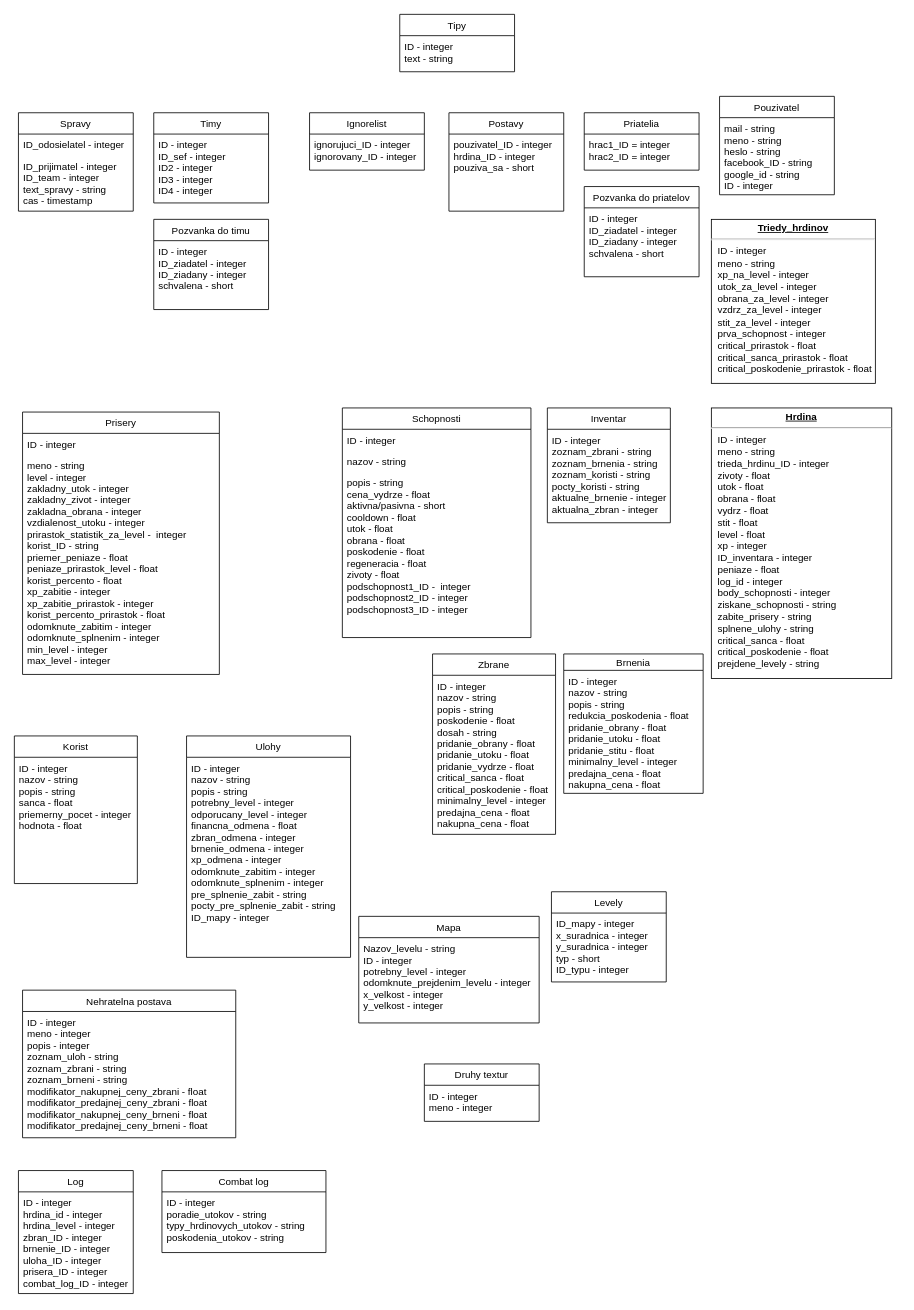
matejpirschel/DBS_zadanie_4 keeps this draw.io diagram as Zadanie4.drawio. Above is the earlier version. Source tidied: cells renumbered, new cells numbered last; positions are measured from the earlier drawing's top-left corner, leaving out a move shared by most shapes. Both pictures are drawn from the tidied source at 82%, with x=0, y=0 at pixel (14, 14).
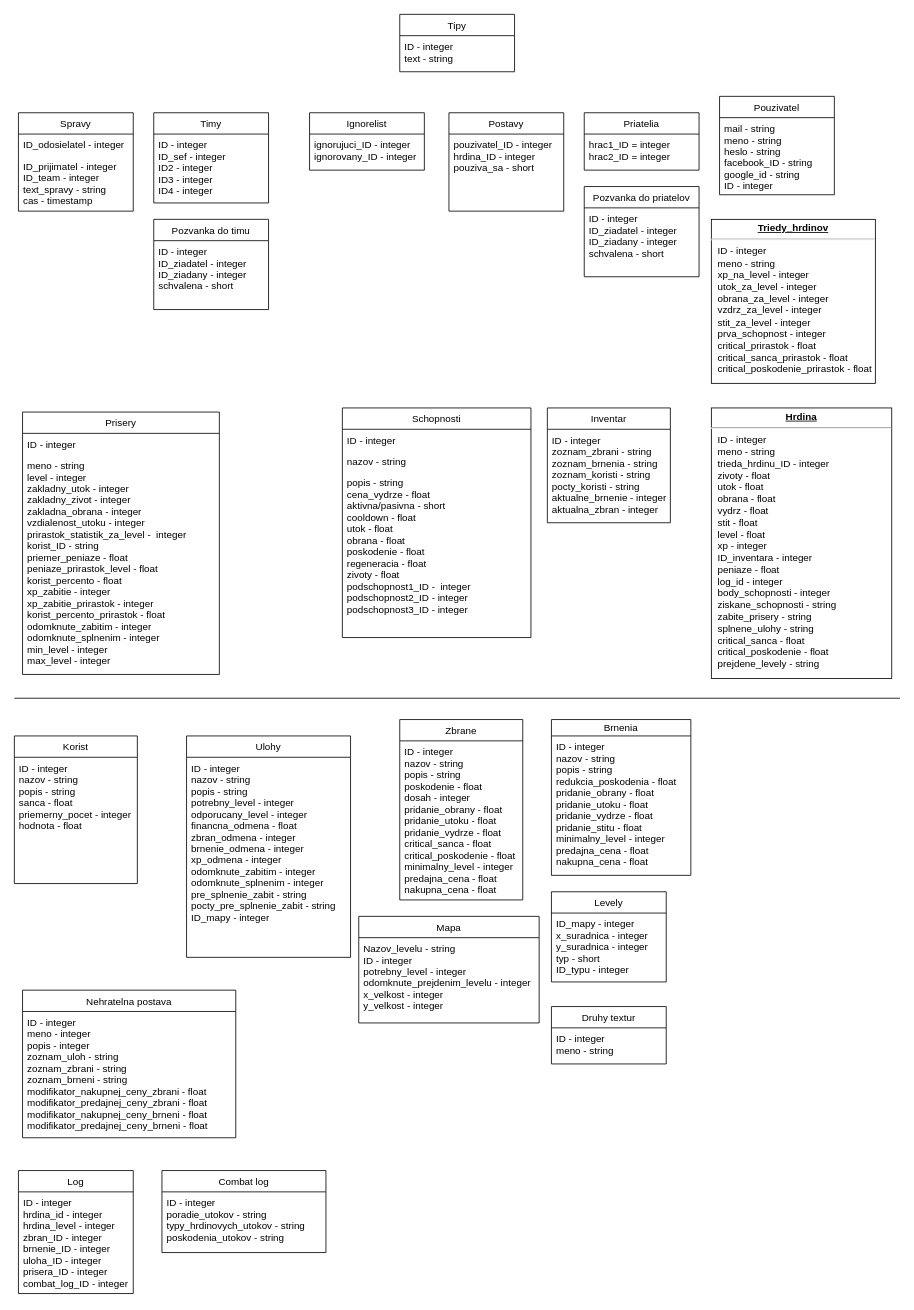
The same diagram, later.

What changed in the source:
```diff
@@
     <mxCell id="25" value="Brnenia" style="swimlane;fontStyle=0;horizontal=1;startSize=20;fillColor=none;" parent="1" vertex="1">
-      <mxGeometry x="670" y="780" width="170" height="170" as="geometry" />
+      <mxGeometry x="655" y="860" width="170" height="190" as="geometry" />
     </mxCell>
-    <mxCell id="26" value="ID - integer&#10;nazov - string&#10;popis - string&#10;redukcia_poskodenia - float&#10;pridanie_obrany - float&#10;pridanie_utoku - float&#10;pridanie_stitu - float&#10;minimalny_level - integer&#10;predajna_cena - float&#10;nakupna_cena - float" style="text;strokeColor=none;fillColor=none;align=left;verticalAlign=top;spacingLeft=4;spacingRight=4;overflow=hidden;" parent="25" vertex="1">
-      <mxGeometry y="20" width="170" height="150" as="geometry" />
+    <mxCell id="26" value="ID - integer&#10;nazov - string&#10;popis - string&#10;redukcia_poskodenia - float&#10;pridanie_obrany - float&#10;pridanie_utoku - float&#10;pridanie_vydrze - float&#10;pridanie_stitu - float&#10;minimalny_level - integer&#10;predajna_cena - float&#10;nakupna_cena - float" style="text;strokeColor=none;fillColor=none;align=left;verticalAlign=top;spacingLeft=4;spacingRight=4;overflow=hidden;" parent="25" vertex="1">
+      <mxGeometry y="20" width="170" height="170" as="geometry" />
     </mxCell>
     <mxCell id="27" value="Zbrane" style="swimlane;fontStyle=0;horizontal=1;startSize=26;fillColor=none;" parent="1" vertex="1">
-      <mxGeometry x="510" y="780" width="150" height="220" as="geometry" />
+      <mxGeometry x="470" y="860" width="150" height="220" as="geometry" />
     </mxCell>
-    <mxCell id="28" value="ID - integer&#10;nazov - string&#10;popis - string&#10;poskodenie - float&#10;dosah - string&#10;pridanie_obrany - float&#10;pridanie_utoku - float&#10;pridanie_vydrze - float&#10;critical_sanca - float&#10;critical_poskodenie - float&#10;minimalny_level - integer&#10;predajna_cena - float&#10;nakupna_cena - float" style="text;strokeColor=none;fillColor=none;align=left;verticalAlign=top;spacingLeft=4;spacingRight=4;overflow=hidden;" parent="27" vertex="1">
+    <mxCell id="28" value="ID - integer&#10;nazov - string&#10;popis - string&#10;poskodenie - float&#10;dosah - integer&#10;pridanie_obrany - float&#10;pridanie_utoku - float&#10;pridanie_vydrze - float&#10;critical_sanca - float&#10;critical_poskodenie - float&#10;minimalny_level - integer&#10;predajna_cena - float&#10;nakupna_cena - float" style="text;strokeColor=none;fillColor=none;align=left;verticalAlign=top;spacingLeft=4;spacingRight=4;overflow=hidden;" parent="27" vertex="1">
       <mxGeometry y="26" width="150" height="194" as="geometry" />
     </mxCell>
@@
     <mxCell id="50" value="Druhy textur" style="swimlane;fontStyle=0;horizontal=1;startSize=26;fillColor=none;" parent="1" vertex="1">
-      <mxGeometry x="500" y="1280" width="140" height="70" as="geometry" />
+      <mxGeometry x="655" y="1210" width="140" height="70" as="geometry" />
     </mxCell>
-    <mxCell id="51" value="ID - integer&#10;meno - integer&#10;" style="text;strokeColor=none;fillColor=none;align=left;verticalAlign=top;spacingLeft=4;spacingRight=4;overflow=hidden;" parent="50" vertex="1">
+    <mxCell id="51" value="ID - integer&#10;meno - string&#10;" style="text;strokeColor=none;fillColor=none;align=left;verticalAlign=top;spacingLeft=4;spacingRight=4;overflow=hidden;" parent="50" vertex="1">
       <mxGeometry y="26" width="140" height="44" as="geometry" />
     </mxCell>
+    <mxCell id="52" style="line;strokeWidth=1;fillColor=none;align=left;verticalAlign=middle;spacingTop=-1;spacingLeft=3;spacingRight=3;labelPosition=right;" parent="1" vertex="1">
+      <mxGeometry y="830" width="1080" height="8" as="geometry" />
+    </mxCell>
```
